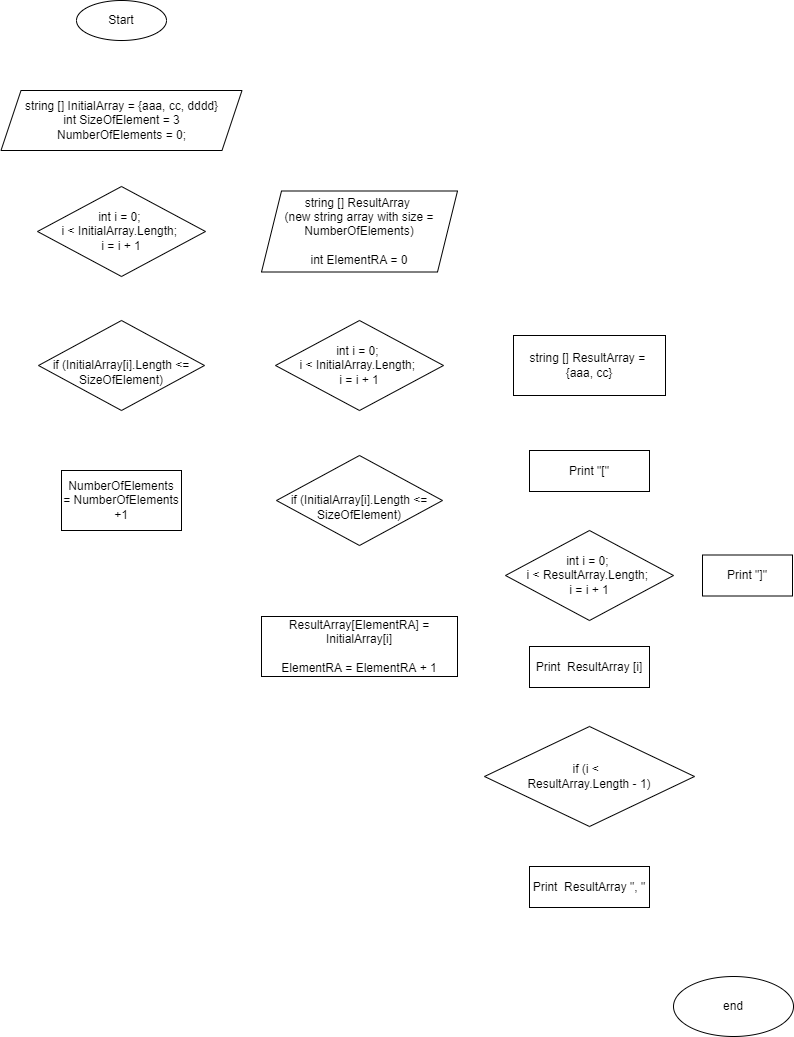
The draw.io diagram Diagram.drawio.png in AntonStepin/ContolWork, before a commit. Source tidied: cells renumbered, new cells last; positions are measured from the earlier drawing's top-left corner, leaving out a move shared by most shapes.
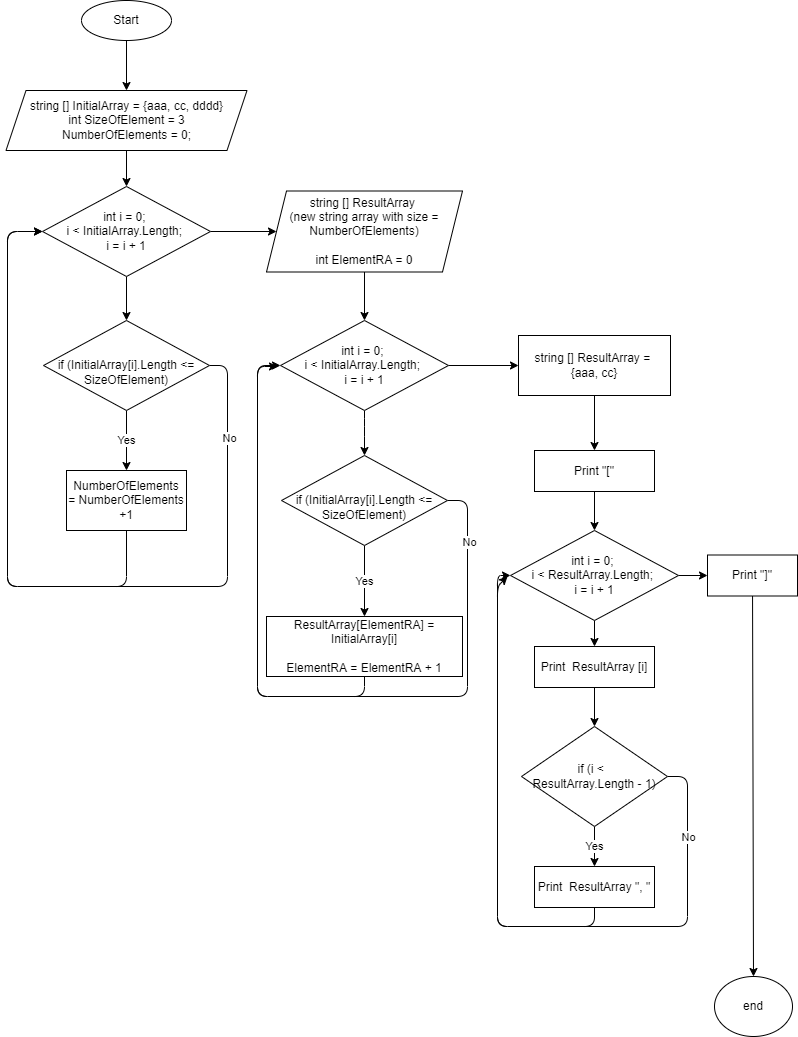
The same file after the commit.

Commit message:
Change Diagram Color Style

Diff of the diagram source:
```diff
@@ -1,57 +1,177 @@
-<mxGraphModel>
+<mxGraphModel background="#ffffff">
   <root>
     <mxCell id="0" />
     <mxCell id="1" parent="0" />
+    <mxCell id="19" style="edgeStyle=none;html=1;" parent="1" edge="1" source="2" target="6">
+      <mxGeometry relative="1" as="geometry" />
+    </mxCell>
     <mxCell id="2" value="Start" style="ellipse;whiteSpace=wrap;html=1;" parent="1" vertex="1">
       <mxGeometry x="76" width="90" height="40" as="geometry" />
     </mxCell>
+    <mxCell id="20" style="edgeStyle=none;html=1;" parent="1" edge="1" source="3" target="4">
+      <mxGeometry relative="1" as="geometry" />
+    </mxCell>
+    <mxCell id="21" style="edgeStyle=none;html=1;" parent="1" edge="1" source="3" target="11">
+      <mxGeometry relative="1" as="geometry" />
+    </mxCell>
     <mxCell id="3" value="int i = 0; &lt;br&gt;i &amp;lt; InitialArray.Length; &lt;br&gt;i = i + 1" style="rhombus;whiteSpace=wrap;html=1;" parent="1" vertex="1">
       <mxGeometry x="37" y="186" width="168" height="90" as="geometry" />
     </mxCell>
+    <mxCell id="22" value="Yes" style="edgeStyle=none;html=1;" parent="1" edge="1" source="4" target="5">
+      <mxGeometry relative="1" as="geometry" />
+    </mxCell>
+    <mxCell id="23" style="edgeStyle=none;html=1;entryX=0;entryY=0.5;entryDx=0;entryDy=0;exitX=1;exitY=0.5;exitDx=0;exitDy=0;" parent="1" edge="1" source="4" target="3">
+      <mxGeometry relative="1" as="geometry">
+        <Array as="points">
+          <mxPoint x="222" y="365" />
+          <mxPoint x="222" y="586" />
+          <mxPoint x="2" y="586" />
+          <mxPoint x="2" y="231" />
+        </Array>
+      </mxGeometry>
+    </mxCell>
+    <mxCell id="24" value="No" style="edgeLabel;html=1;align=center;verticalAlign=middle;" parent="23" vertex="1">
+      <mxGeometry x="-0.79" y="1" relative="1" as="geometry" />
+    </mxCell>
     <mxCell id="4" value="&lt;br&gt;if (InitialArray[i].Length &amp;lt;= SizeOfElement)" style="rhombus;whiteSpace=wrap;html=1;" parent="1" vertex="1">
       <mxGeometry x="38" y="320" width="166" height="90" as="geometry" />
     </mxCell>
+    <mxCell id="25" style="edgeStyle=none;html=1;entryX=0;entryY=0.5;entryDx=0;entryDy=0;exitX=0.5;exitY=1;exitDx=0;exitDy=0;" parent="1" edge="1" source="5" target="3">
+      <mxGeometry relative="1" as="geometry">
+        <Array as="points">
+          <mxPoint x="121" y="586" />
+          <mxPoint x="2" y="586" />
+          <mxPoint x="2" y="231" />
+        </Array>
+      </mxGeometry>
+    </mxCell>
     <mxCell id="5" value="&lt;span&gt;NumberOfElements =&amp;nbsp;&lt;/span&gt;NumberOfElements +1" style="rounded=0;whiteSpace=wrap;html=1;" parent="1" vertex="1">
       <mxGeometry x="61" y="470" width="120" height="60" as="geometry" />
     </mxCell>
+    <mxCell id="26" style="edgeStyle=none;html=1;" parent="1" edge="1" source="6" target="3">
+      <mxGeometry relative="1" as="geometry" />
+    </mxCell>
     <mxCell id="6" value="&lt;span&gt;string [] InitialArray = {aaa, cc, dddd}&lt;/span&gt;&lt;br&gt;&lt;span&gt;int SizeOfElement = 3&lt;/span&gt;&lt;br&gt;&lt;span&gt;NumberOfElements = 0;&lt;/span&gt;" style="shape=parallelogram;perimeter=parallelogramPerimeter;whiteSpace=wrap;html=1;fixedSize=1;" parent="1" vertex="1">
       <mxGeometry x="0.5" y="90" width="241" height="60" as="geometry" />
     </mxCell>
+    <mxCell id="27" value="Yes" style="edgeStyle=none;html=1;strokeColor=#000000;" parent="1" edge="1" source="7" target="8">
+      <mxGeometry relative="1" as="geometry" />
+    </mxCell>
+    <mxCell id="28" style="edgeStyle=none;html=1;entryX=0;entryY=0.5;entryDx=0;entryDy=0;exitX=1;exitY=0.5;exitDx=0;exitDy=0;" parent="1" edge="1" source="7" target="12">
+      <mxGeometry relative="1" as="geometry">
+        <Array as="points">
+          <mxPoint x="462" y="500" />
+          <mxPoint x="462" y="696" />
+          <mxPoint x="252" y="696" />
+          <mxPoint x="252" y="365" />
+        </Array>
+      </mxGeometry>
+    </mxCell>
+    <mxCell id="29" value="No" style="edgeLabel;html=1;align=center;verticalAlign=middle;" parent="28" vertex="1">
+      <mxGeometry x="-0.84" y="1" relative="1" as="geometry" />
+    </mxCell>
     <mxCell id="7" value="&lt;br&gt;if (InitialArray[i].Length &amp;lt;= SizeOfElement)" style="rhombus;whiteSpace=wrap;html=1;" parent="1" vertex="1">
       <mxGeometry x="276" y="455" width="166" height="90" as="geometry" />
     </mxCell>
+    <mxCell id="30" style="edgeStyle=none;html=1;exitX=0.5;exitY=1;exitDx=0;exitDy=0;" parent="1" edge="1" source="8">
+      <mxGeometry relative="1" as="geometry">
+        <mxPoint x="272" y="366" as="targetPoint" />
+        <Array as="points">
+          <mxPoint x="359" y="696" />
+          <mxPoint x="252" y="696" />
+          <mxPoint x="252" y="366" />
+        </Array>
+      </mxGeometry>
+    </mxCell>
     <mxCell id="8" value="ResultArray[ElementRA] = InitialArray[i]&lt;br&gt;&lt;br&gt;ElementRA = ElementRA + 1" style="rounded=0;whiteSpace=wrap;html=1;" parent="1" vertex="1">
       <mxGeometry x="261" y="616" width="196" height="60" as="geometry" />
     </mxCell>
+    <mxCell id="31" style="edgeStyle=none;html=1;" parent="1" edge="1" source="9" target="13">
+      <mxGeometry relative="1" as="geometry" />
+    </mxCell>
     <mxCell id="9" value="string [] ResultArray = &lt;br&gt;{aaa, cc}" style="rounded=0;whiteSpace=wrap;html=1;" parent="1" vertex="1">
       <mxGeometry x="513" y="335" width="152" height="60" as="geometry" />
     </mxCell>
+    <mxCell id="32" style="edgeStyle=none;html=1;" parent="1" edge="1" source="10" target="15">
+      <mxGeometry relative="1" as="geometry" />
+    </mxCell>
+    <mxCell id="33" style="edgeStyle=none;html=1;" parent="1" edge="1" source="10" target="17">
+      <mxGeometry relative="1" as="geometry" />
+    </mxCell>
     <mxCell id="10" value="int i = 0; &lt;br&gt;i &amp;lt; ResultArray.Length; &lt;br&gt;i = i + 1" style="rhombus;whiteSpace=wrap;html=1;" parent="1" vertex="1">
       <mxGeometry x="505" y="530" width="168" height="90" as="geometry" />
     </mxCell>
+    <mxCell id="34" style="edgeStyle=none;html=1;strokeColor=#000000;" parent="1" edge="1" source="11" target="12">
+      <mxGeometry relative="1" as="geometry" />
+    </mxCell>
     <mxCell id="11" value="string [] ResultArray&amp;nbsp;&lt;br&gt;(new string array with size = NumberOfElements)&lt;br&gt;&lt;br&gt;int ElementRA = 0" style="shape=parallelogram;perimeter=parallelogramPerimeter;whiteSpace=wrap;html=1;fixedSize=1;" parent="1" vertex="1">
       <mxGeometry x="261" y="190.5" width="196" height="81" as="geometry" />
     </mxCell>
+    <mxCell id="35" style="edgeStyle=none;html=1;strokeColor=#000000;" parent="1" edge="1" source="12" target="7">
+      <mxGeometry relative="1" as="geometry">
+        <Array as="points">
+          <mxPoint x="359" y="426" />
+        </Array>
+      </mxGeometry>
+    </mxCell>
+    <mxCell id="36" style="edgeStyle=none;html=1;" parent="1" edge="1" source="12" target="9">
+      <mxGeometry relative="1" as="geometry" />
+    </mxCell>
     <mxCell id="12" value="int i = 0; &lt;br&gt;i &amp;lt; InitialArray.Length; &lt;br&gt;i = i + 1" style="rhombus;whiteSpace=wrap;html=1;" parent="1" vertex="1">
       <mxGeometry x="275" y="320" width="168" height="90" as="geometry" />
     </mxCell>
+    <mxCell id="37" style="edgeStyle=none;html=1;" parent="1" edge="1" source="13" target="10">
+      <mxGeometry relative="1" as="geometry" />
+    </mxCell>
     <mxCell id="13" value="Print &quot;[&quot;" style="rounded=0;whiteSpace=wrap;html=1;" parent="1" vertex="1">
       <mxGeometry x="529" y="450" width="120" height="41" as="geometry" />
     </mxCell>
+    <mxCell id="38" value="Yes" style="edgeStyle=none;html=1;" parent="1" edge="1" source="14" target="16">
+      <mxGeometry relative="1" as="geometry" />
+    </mxCell>
+    <mxCell id="39" style="edgeStyle=none;html=1;exitX=1;exitY=0.5;exitDx=0;exitDy=0;" parent="1" edge="1" source="14">
+      <mxGeometry relative="1" as="geometry">
+        <mxPoint x="502" y="576" as="targetPoint" />
+        <Array as="points">
+          <mxPoint x="682" y="776" />
+          <mxPoint x="682" y="926" />
+          <mxPoint x="492" y="926" />
+          <mxPoint x="492" y="586" />
+        </Array>
+      </mxGeometry>
+    </mxCell>
+    <mxCell id="40" value="No" style="edgeLabel;html=1;align=center;verticalAlign=middle;" parent="39" vertex="1">
+      <mxGeometry x="-0.78" relative="1" as="geometry" />
+    </mxCell>
     <mxCell id="14" value="if (i &amp;lt;&amp;nbsp; &lt;br&gt;ResultArray.Length - 1)" style="rhombus;whiteSpace=wrap;html=1;" parent="1" vertex="1">
-      <mxGeometry x="484" y="726" width="210" height="100" as="geometry" />
+      <mxGeometry x="516" y="726" width="146" height="100" as="geometry" />
     </mxCell>
+    <mxCell id="41" style="edgeStyle=none;html=1;" parent="1" edge="1" source="15" target="14">
+      <mxGeometry relative="1" as="geometry" />
+    </mxCell>
     <mxCell id="15" value="Print&amp;nbsp; ResultArray [i]" style="rounded=0;whiteSpace=wrap;html=1;" parent="1" vertex="1">
       <mxGeometry x="529" y="646" width="120" height="41" as="geometry" />
     </mxCell>
+    <mxCell id="42" style="edgeStyle=none;html=1;entryX=0;entryY=0.5;entryDx=0;entryDy=0;exitX=0.5;exitY=1;exitDx=0;exitDy=0;" parent="1" edge="1" source="16" target="10">
+      <mxGeometry relative="1" as="geometry">
+        <Array as="points">
+          <mxPoint x="589" y="926" />
+          <mxPoint x="492" y="926" />
+          <mxPoint x="492" y="575" />
+        </Array>
+      </mxGeometry>
+    </mxCell>
     <mxCell id="16" value="Print&amp;nbsp; ResultArray &quot;, &quot;" style="rounded=0;whiteSpace=wrap;html=1;" parent="1" vertex="1">
       <mxGeometry x="529" y="866" width="120" height="41" as="geometry" />
     </mxCell>
+    <mxCell id="43" style="edgeStyle=none;html=1;entryX=0.5;entryY=0;entryDx=0;entryDy=0;" parent="1" edge="1" source="17" target="18">
+      <mxGeometry relative="1" as="geometry" />
+    </mxCell>
     <mxCell id="17" value="Print &quot;]&quot;" style="rounded=0;whiteSpace=wrap;html=1;" parent="1" vertex="1">
       <mxGeometry x="702" y="554.5" width="90" height="41" as="geometry" />
     </mxCell>
     <mxCell id="18" value="end" style="ellipse;whiteSpace=wrap;html=1;" parent="1" vertex="1">
-      <mxGeometry x="673" y="976" width="120" height="60" as="geometry" />
+      <mxGeometry x="709" y="976" width="78" height="60" as="geometry" />
     </mxCell>
   </root>
 </mxGraphModel>
```
